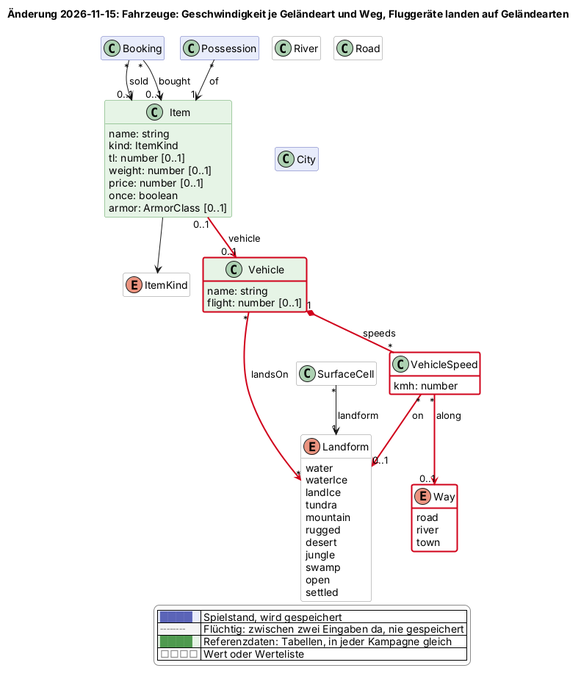
The PlantUML diagram docs/changes/2026-11-15-fahrzeuge-und-gelaende.png in scuzzar/SRE, before a commit.
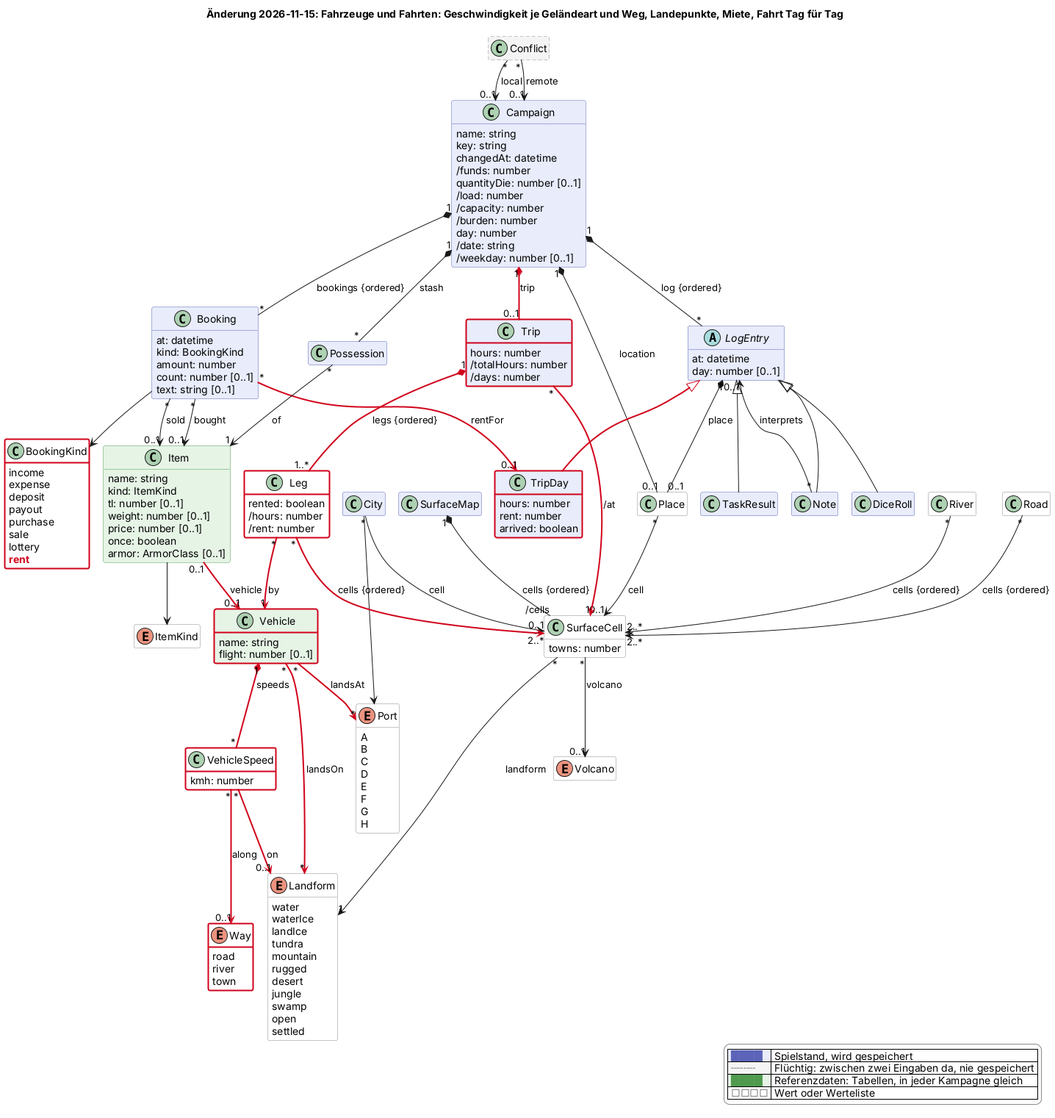
Above is the later version.

The edit, as a diff of the source:
```diff
@@ -36,7 +36,7 @@
 !return ""
 !endfunction
 !pragma layout smetana
-title Änderung 2026-11-15: Fahrzeuge: Geschwindigkeit je Geländeart und Weg, Fluggeräte landen auf Geländearten
+title Änderung 2026-11-15: Fahrzeuge und Fahrten: Geschwindigkeit je Geländeart und Weg, Landepunkte, Miete, Fahrt Tag für Tag
 hide empty members
 hide methods
 skinparam classAttributeIconSize 0
@@ -67,13 +67,50 @@
 hide <<reference>> stereotype
 hide <<value>> stereotype
 
-  class Booking $shop
+  class Campaign $kampagne {
+    name: string
+    key: string
+    changedAt: datetime
+    /funds: number
+    quantityDie: number [0..1]
+    /load: number
+    /capacity: number
+    /burden: number
+    day: number
+    /date: string
+    /weekday: number [0..1]
+  }
+  class Booking $shop {
+    at: datetime
+    kind: BookingKind
+    amount: number
+    count: number [0..1]
+    text: string [0..1]
+  }
+  enum BookingKind <<value>> $shop {
+    income
+    expense
+    deposit
+    payout
+    purchase
+    sale
+    lottery
+    $new("2026-11-15", "rent")
+  }
   class Possession $shop
 
 
 
+  abstract class LogEntry $probe {
+    at: datetime
+    day: number [0..1]
+  }
+  class DiceRoll $probe
+  class Note $probe
 
 
+  class Conflict <<transient>> $kampagne
+  class TaskResult $probe
 
   class Item <<reference>> $shop {
     name: string
@@ -85,7 +122,10 @@
     armor: ArmorClass [0..1]
   }
   enum ItemKind <<value>> $shop
-  class SurfaceCell <<value>> $oberflaeche
+  class SurfaceMap $oberflaeche
+  class SurfaceCell <<value>> $oberflaeche {
+    towns: number
+  }
   enum Landform <<value>> $oberflaeche {
     water
     waterIce
@@ -101,7 +141,19 @@
   }
   class River <<value>> $oberflaeche
   class Road <<value>> $oberflaeche
+  enum Volcano <<value>> $oberflaeche
   class City $oberflaeche
+  enum Port <<value>> $oberflaeche {
+    A
+    B
+    C
+    D
+    E
+    F
+    G
+    H
+  }
+  class Place <<value>> $oberflaeche
   class Vehicle <<reference>> $logistik $newClass("2026-11-15") {
     name: string
     flight: number [0..1]
@@ -109,29 +161,71 @@
   class VehicleSpeed <<value>> $logistik $newClass("2026-11-15") {
     kmh: number
   }
+  class Trip $logistik $newClass("2026-11-15") {
+    hours: number
+    /totalHours: number
+    /days: number
+  }
+  class Leg <<value>> $logistik $newClass("2026-11-15") {
+    rented: boolean
+    /hours: number
+    /rent: number
+  }
+  class TripDay $logistik $newClass("2026-11-15") {
+    hours: number
+    rent: number
+    arrived: boolean
+  }
   enum Way <<value>> $logistik $newClass("2026-11-15") {
     road
     river
     town
   }
 
+Campaign "1" *-- "*" LogEntry : log {ordered}
+Campaign "1" *-- "0..1" Place : location
+Campaign "1" *-- "*" Booking : bookings {ordered}
+Conflict "*" --> "0..1" Campaign : local
+Conflict "*" --> "0..1" Campaign : remote
 Booking "*" --> "0..1" Item : bought
 Booking "*" --> "0..1" Item : sold
+Booking --> BookingKind
 
 
 
 
+SurfaceMap "1" *-- "/cells" SurfaceCell : cells {ordered}
 SurfaceCell "*" --> "1" Landform : landform
+SurfaceCell "*" --> "0..1" Volcano : volcano
+River "*" --> "2..*" SurfaceCell : cells {ordered}
+Road "*" --> "2..*" SurfaceCell : cells {ordered}
+City "*" --> "0..1" SurfaceCell : cell
+LogEntry "1" *-- "0..1" Place : place
+Place "*" --> "0..1" SurfaceCell : cell
+City --> Port
 Item "0..1" -$newArrow("2026-11-15")-> "0..1" Vehicle : vehicle
 Vehicle "1" *-$newArrow("2026-11-15")- "*" VehicleSpeed : speeds
 VehicleSpeed "*" -$newArrow("2026-11-15")-> "0..1" Landform : on
 VehicleSpeed "*" -$newArrow("2026-11-15")-> "0..1" Way : along
 Vehicle "*" -$newArrow("2026-11-15")-> "*" Landform : landsOn
+Vehicle "*" -$newArrow("2026-11-15")-> "*" Port : landsAt
+Campaign "1" *-$newArrow("2026-11-15")- "0..1" Trip : trip
+Trip "1" *-$newArrow("2026-11-15")- "1..*" Leg : legs {ordered}
+Leg "*" -$newArrow("2026-11-15")-> "1" Vehicle : by
+Leg "*" -$newArrow("2026-11-15")-> "2..*" SurfaceCell : cells {ordered}
+Trip "*" -$newArrow("2026-11-15")-> "1" SurfaceCell : /at
+LogEntry <|-$newArrow("2026-11-15")- TripDay
+Booking "*" -$newArrow("2026-11-15")-> "0..1" TripDay : rentFor
 
+Campaign "1" *-- "*" Possession : stash
 Possession "*" --> "1" Item : of
 Item --> ItemKind
 
 
+LogEntry <|-- DiceRoll
+LogEntry <|-- TaskResult
+LogEntry <|-- Note
+Note "*" --> "0..1" LogEntry : interprets
 
 
 
@@ -144,4 +238,5 @@
   |<#e6f4e6> <color:#4f9a4f>████</color> | Referenzdaten: Tabellen, in jeder Kampagne gleich |
   |<#ffffff> <color:#8a8a8a>□□□□</color> | Wert oder Werteliste |
 endlegend
+class BookingKind #line:d0021b;line.bold
 @enduml
```
